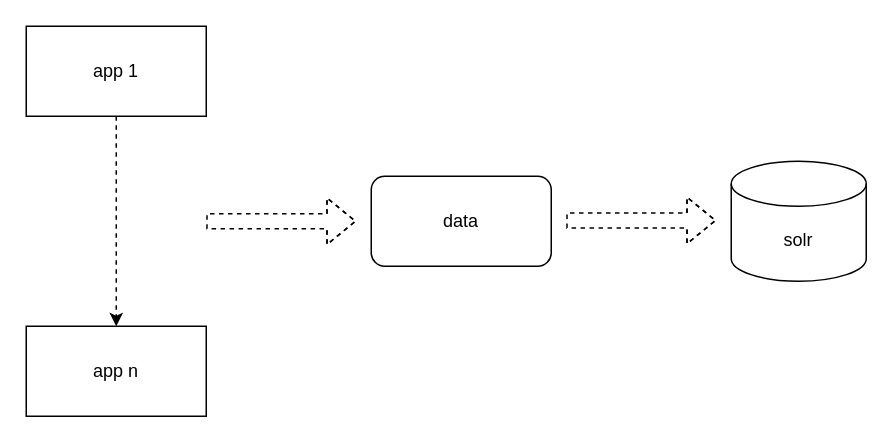
The draw.io diagram bos平台总体概要.drawio in yindongjun/drawio-3, before the edit. Source tidied: cells renumbered, new cells numbered last; positions are measured from the earlier drawing's top-left corner, leaving out a move shared by most shapes. Both pictures are drawn from the tidied source at 150%, with x=0, y=0 at pixel (26, 26).
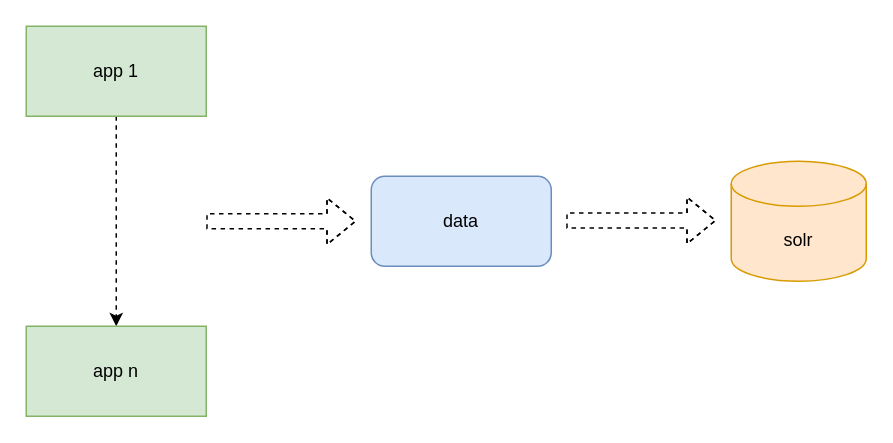
The same diagram, later.

Commit message (it also covers changes not shown here):
Update bos平台总体概要.drawio

Change to the diagram source:
```diff
@@
 <mxGraphModel>
   <root>
     <mxCell id="0" />
     <mxCell id="1" parent="0" />
     <mxCell id="2" style="rounded=0;jettySize=auto;html=1;dashed=1;" parent="1" edge="1" source="3" target="4">
       <mxGeometry relative="1" as="geometry" />
     </mxCell>
-    <mxCell id="3" value="app 1" style="rounded=0;whiteSpace=wrap;html=1;" parent="1" vertex="1">
+    <mxCell id="3" value="app 1" style="rounded=0;whiteSpace=wrap;html=1;fillColor=#d5e8d4;strokeColor=#82b366;" parent="1" vertex="1">
       <mxGeometry width="120" height="60" as="geometry" />
     </mxCell>
-    <mxCell id="4" value="app n" style="rounded=0;whiteSpace=wrap;html=1;" parent="1" vertex="1">
+    <mxCell id="4" value="app n" style="rounded=0;whiteSpace=wrap;html=1;fillColor=#d5e8d4;strokeColor=#82b366;" parent="1" vertex="1">
       <mxGeometry y="200" width="120" height="60" as="geometry" />
     </mxCell>
     <mxCell id="5" style="shape=flexArrow;endArrow=classic;html=1;rounded=0;dashed=1;" parent="1" edge="1">
       <mxGeometry relative="1" as="geometry">
         <mxPoint x="120" y="130" as="sourcePoint" />
         <mxPoint x="220" y="130" as="targetPoint" />
         <Array as="points">
           <mxPoint x="190" y="130" />
         </Array>
       </mxGeometry>
     </mxCell>
     <mxCell id="6" style="shape=flexArrow;endArrow=classic;html=1;rounded=0;dashed=1;" parent="1" edge="1">
       <mxGeometry relative="1" as="geometry">
         <mxPoint x="360" y="129.5" as="sourcePoint" />
         <mxPoint x="460" y="129.5" as="targetPoint" />
         <Array as="points">
           <mxPoint x="430" y="129.5" />
         </Array>
       </mxGeometry>
     </mxCell>
-    <mxCell id="7" value="solr" style="shape=cylinder3;whiteSpace=wrap;html=1;boundedLbl=1;backgroundOutline=1;size=15;" parent="1" vertex="1">
+    <mxCell id="7" value="solr" style="shape=cylinder3;whiteSpace=wrap;html=1;boundedLbl=1;backgroundOutline=1;size=15;fillColor=#ffe6cc;strokeColor=#d79b00;" parent="1" vertex="1">
       <mxGeometry x="470" y="90" width="90" height="80" as="geometry" />
     </mxCell>
-    <mxCell id="8" value="data" style="rounded=1;whiteSpace=wrap;html=1;" parent="1" vertex="1">
+    <mxCell id="8" value="data" style="rounded=1;whiteSpace=wrap;html=1;fillColor=#dae8fc;strokeColor=#6c8ebf;" parent="1" vertex="1">
       <mxGeometry x="230" y="100" width="120" height="60" as="geometry" />
     </mxCell>
   </root>
 </mxGraphModel>
```
